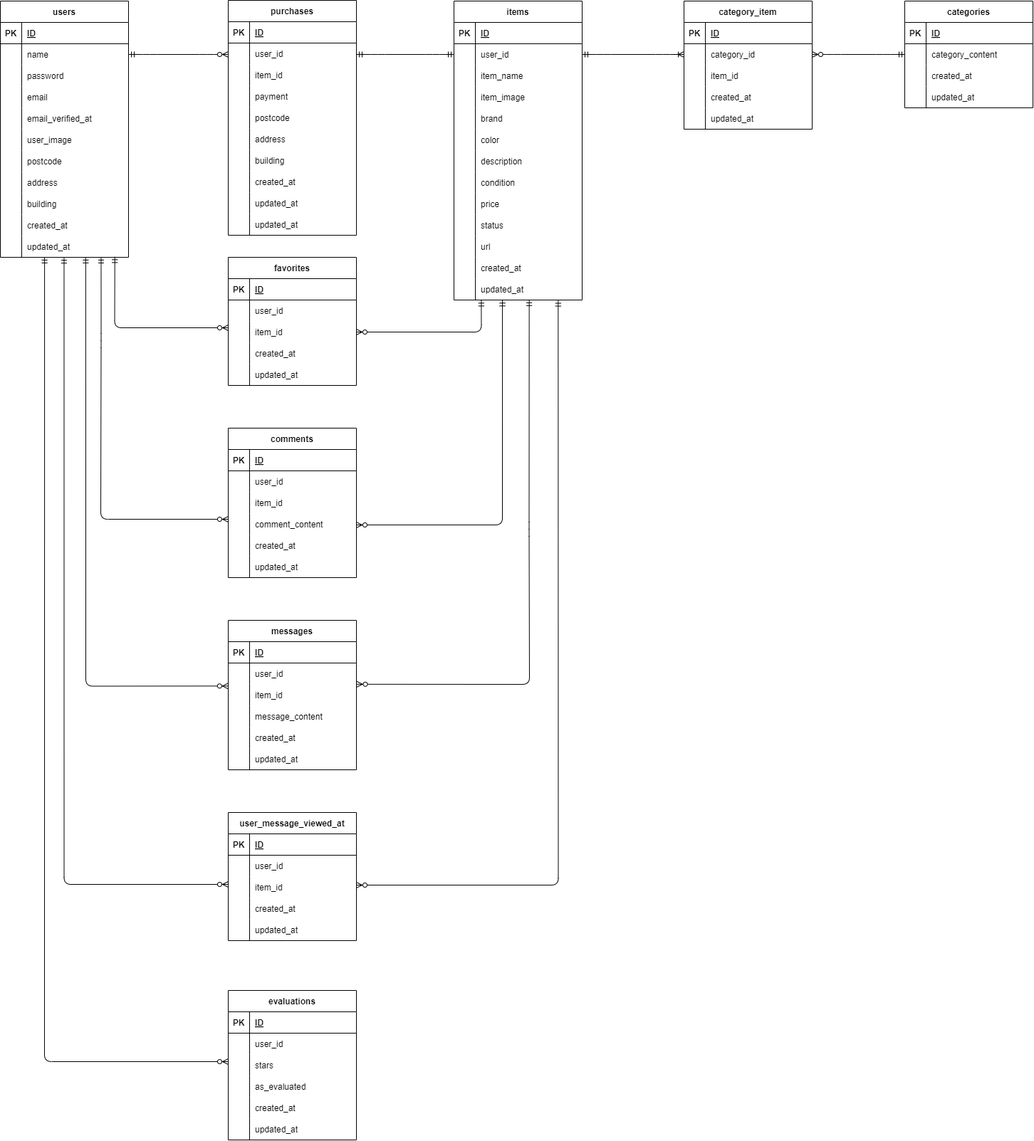
Before: ER.drawio.png, a diagram exported from draw.io (Mai1933/CTfleamarket). Source tidied: cells renumbered, new cells last; positions are measured from the earlier drawing's top-left corner, leaving out a move shared by most shapes.
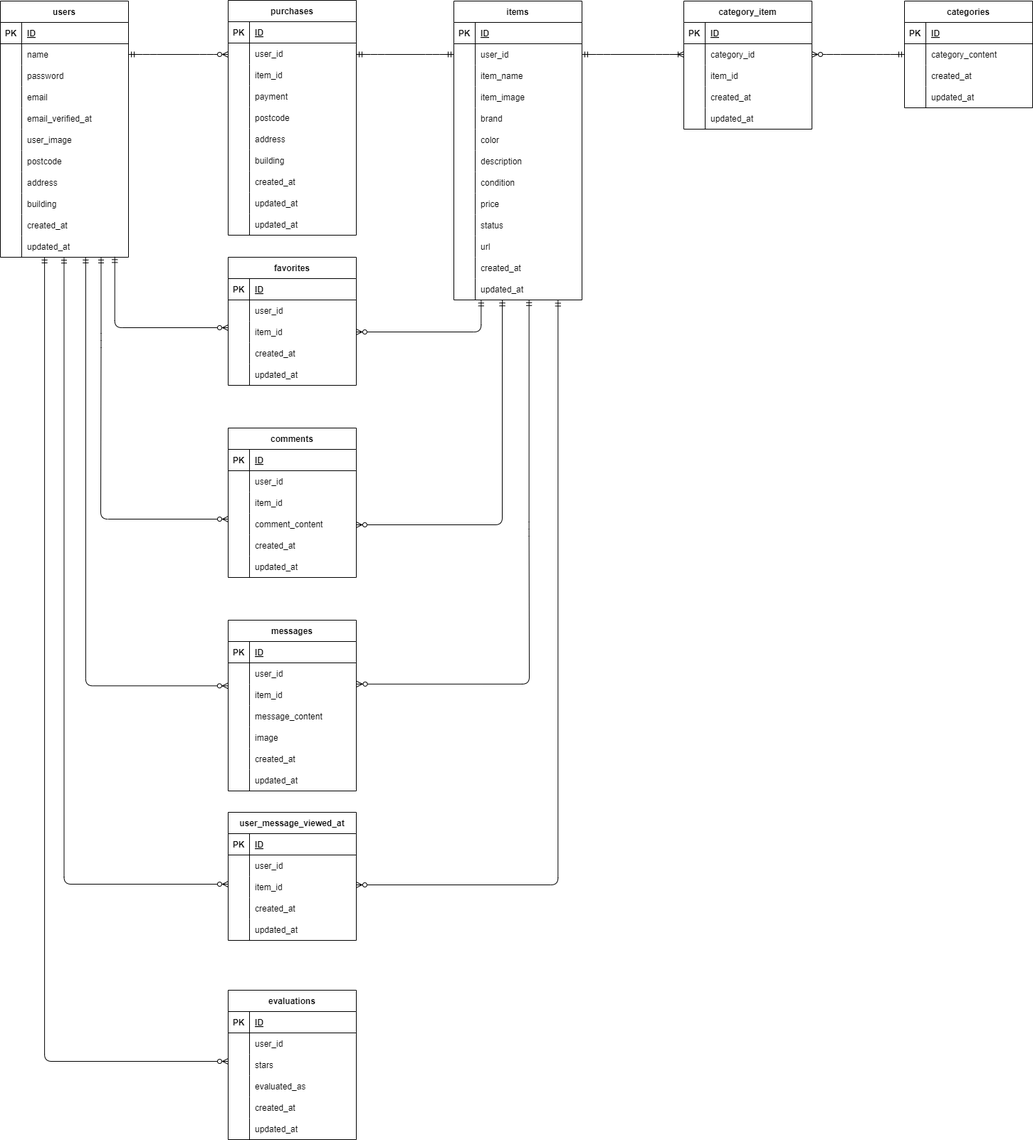
Above is the later version.

What changed in the source:
```diff
@@ -565,7 +565,7 @@
       <mxGeometry relative="1" as="geometry" />
     </mxCell>
     <mxCell id="179" value="messages" style="shape=table;startSize=30;rowLines=0;fontStyle=1;align=center;" parent="1" vertex="1">
-      <mxGeometry x="320" y="871" width="180" height="210" as="geometry" />
+      <mxGeometry x="320" y="871" width="180" height="240" as="geometry" />
     </mxCell>
     <mxCell id="180" style="shape=tableRow;horizontal=0;startSize=0;swimlaneHead=0;swimlaneBody=0;fillColor=none;top=0;left=0;right=0;bottom=1;" parent="179" vertex="1">
       <mxGeometry y="30" width="180" height="30" as="geometry" />
@@ -603,8 +603,17 @@
     <mxCell id="191" value="message_content" style="shape=partialRectangle;fillColor=none;top=0;left=0;bottom=0;right=0;align=left;spacingLeft=6;overflow=hidden;" parent="189" vertex="1">
       <mxGeometry x="30" width="150" height="30" as="geometry" />
     </mxCell>
+    <mxCell id="238" style="shape=tableRow;horizontal=0;startSize=0;swimlaneHead=0;swimlaneBody=0;fillColor=none;top=0;left=0;right=0;bottom=0;" parent="179" vertex="1">
+      <mxGeometry y="150" width="180" height="30" as="geometry" />
+    </mxCell>
+    <mxCell id="239" style="shape=partialRectangle;fillColor=none;top=0;left=0;bottom=0;right=0;overflow=hidden;" parent="238" vertex="1">
+      <mxGeometry width="30" height="30" as="geometry" />
+    </mxCell>
+    <mxCell id="240" value="image" style="shape=partialRectangle;fillColor=none;top=0;left=0;bottom=0;right=0;align=left;spacingLeft=6;overflow=hidden;" parent="238" vertex="1">
+      <mxGeometry x="30" width="150" height="30" as="geometry" />
+    </mxCell>
     <mxCell id="192" style="shape=tableRow;horizontal=0;startSize=0;swimlaneHead=0;swimlaneBody=0;fillColor=none;top=0;left=0;right=0;bottom=0;" parent="179" vertex="1">
-      <mxGeometry y="150" width="180" height="30" as="geometry" />
+      <mxGeometry y="180" width="180" height="30" as="geometry" />
     </mxCell>
     <mxCell id="193" style="shape=partialRectangle;fillColor=none;top=0;left=0;bottom=0;right=0;overflow=hidden;" parent="192" vertex="1">
       <mxGeometry width="30" height="30" as="geometry" />
@@ -613,7 +622,7 @@
       <mxGeometry x="30" width="150" height="30" as="geometry" />
     </mxCell>
     <mxCell id="195" style="shape=tableRow;horizontal=0;startSize=0;swimlaneHead=0;swimlaneBody=0;fillColor=none;top=0;left=0;right=0;bottom=0;" parent="179" vertex="1">
-      <mxGeometry y="180" width="180" height="30" as="geometry" />
+      <mxGeometry y="210" width="180" height="30" as="geometry" />
     </mxCell>
     <mxCell id="196" style="shape=partialRectangle;fillColor=none;top=0;left=0;bottom=0;right=0;overflow=hidden;" parent="195" vertex="1">
       <mxGeometry width="30" height="30" as="geometry" />
@@ -742,7 +751,7 @@
     <mxCell id="229" style="shape=partialRectangle;fillColor=none;top=0;left=0;bottom=0;right=0;overflow=hidden;" parent="228" vertex="1">
       <mxGeometry width="30" height="30" as="geometry" />
     </mxCell>
-    <mxCell id="230" value="as_evaluated" style="shape=partialRectangle;fillColor=none;top=0;left=0;bottom=0;right=0;align=left;spacingLeft=6;overflow=hidden;" parent="228" vertex="1">
+    <mxCell id="230" value="evaluated_as" style="shape=partialRectangle;fillColor=none;top=0;left=0;bottom=0;right=0;align=left;spacingLeft=6;overflow=hidden;" parent="228" vertex="1">
       <mxGeometry x="30" width="150" height="30" as="geometry" />
     </mxCell>
     <mxCell id="231" style="shape=tableRow;horizontal=0;startSize=0;swimlaneHead=0;swimlaneBody=0;fillColor=none;top=0;left=0;right=0;bottom=0;" parent="218" vertex="1">
```
